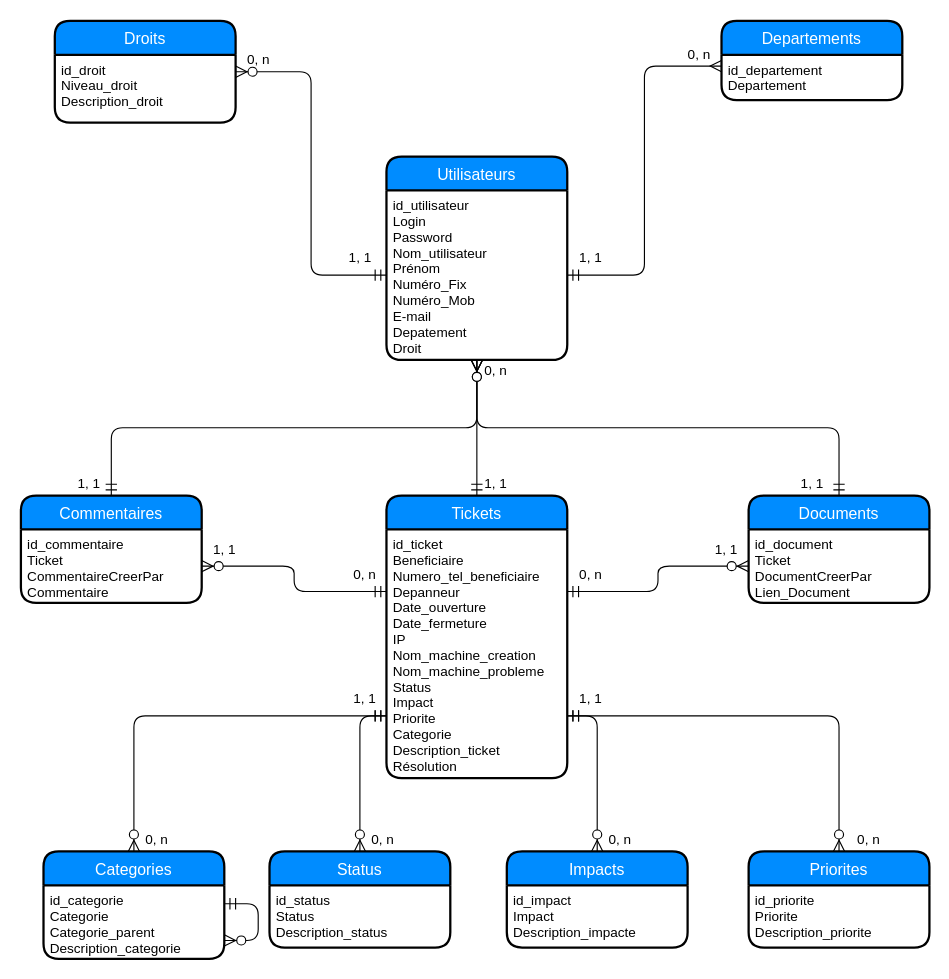
Earlier version of the draw.io diagram Base de données/MCD_MPTicket.drawio (Hero-Chan/Projet_Ticketing). Source tidied: cells renumbered, new cells numbered last; positions are measured from the earlier drawing's top-left corner, leaving out a move shared by most shapes. Both pictures are drawn from the tidied source at 113%, with x=0, y=0 at pixel (20, 20).
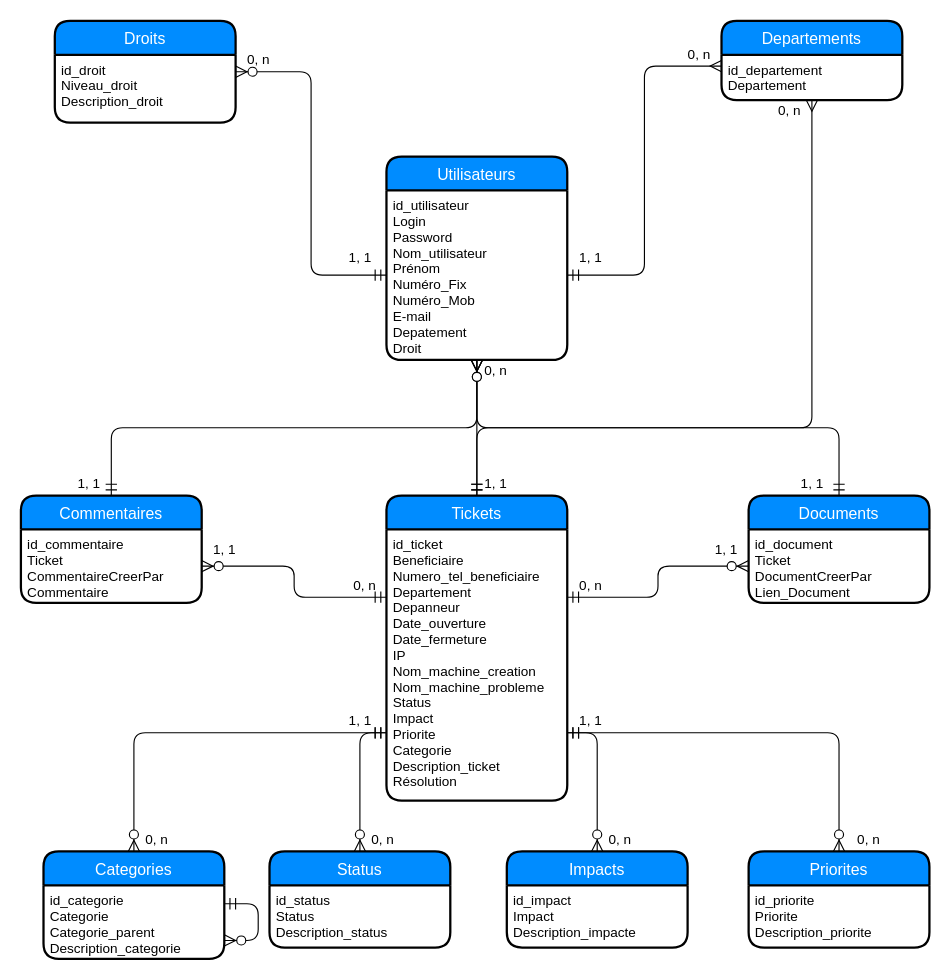
After the change.

The change refers to these unchanged cells:
```xml
<mxCell id="12" value="id_departement&#10;Departement" style="align=left;strokeColor=none;fillColor=none;spacingLeft=4;fontSize=12;verticalAlign=top;" parent="11" vertex="1">
  <mxGeometry y="30" width="160" height="40" as="geometry" />
</mxCell>
<mxCell id="19" value="Status" style="swimlane;horizontal=1;startSize=30;fillColor=#008cff;fontColor=#FFFFFF;rounded=1;fontSize=14;fontStyle=0;strokeWidth=2;shadow=0;dashed=0;align=center;" parent="1" vertex="1">
  <mxGeometry x="220" y="735" width="160" height="85" as="geometry" />
</mxCell>
<mxCell id="21" value="Impacts" style="swimlane;horizontal=1;startSize=30;fillColor=#008cff;fontColor=#FFFFFF;rounded=1;fontSize=14;fontStyle=0;strokeWidth=2;shadow=0;dashed=0;align=center;" parent="1" vertex="1">
  <mxGeometry x="430" y="735" width="160" height="85" as="geometry" />
</mxCell>
<mxCell id="39" value="Categories" style="swimlane;horizontal=1;startSize=30;fillColor=#008cff;fontColor=#FFFFFF;rounded=1;fontSize=14;fontStyle=0;strokeWidth=2;shadow=0;dashed=0;align=center;" parent="1" vertex="1">
  <mxGeometry x="20" y="735" width="160" height="95" as="geometry" />
</mxCell>
```

What changed in the source:
```diff
@@
     <mxCell id="5" style="edgeStyle=orthogonalEdgeStyle;endArrow=ERzeroToMany;startArrow=ERmandOne;shadow=0;strokeWidth=1;endSize=8;startSize=8;entryX=0.5;entryY=0;entryDx=0;entryDy=0;exitX=0;exitY=0.75;exitDx=0;exitDy=0;" parent="1" edge="1" source="16" target="19">
       <mxGeometry relative="1" as="geometry">
         <Array as="points">
-          <mxPoint x="300" y="615" />
+          <mxPoint x="300" y="630" />
         </Array>
       </mxGeometry>
     </mxCell>
@@
     <mxCell id="7" style="edgeStyle=orthogonalEdgeStyle;endArrow=ERzeroToMany;startArrow=ERmandOne;shadow=0;strokeWidth=1;endSize=8;startSize=8;entryX=0.5;entryY=0;entryDx=0;entryDy=0;exitX=1;exitY=0.75;exitDx=0;exitDy=0;" parent="1" edge="1" source="16" target="21">
       <mxGeometry relative="1" as="geometry">
         <Array as="points">
-          <mxPoint x="510" y="615" />
+          <mxPoint x="510" y="630" />
         </Array>
       </mxGeometry>
     </mxCell>
@@
     <mxCell id="15" value="Tickets" style="swimlane;horizontal=1;startSize=30;fillColor=#008cff;fontColor=#FFFFFF;rounded=1;fontSize=14;fontStyle=0;strokeWidth=2;shadow=0;dashed=0;align=center;" parent="1" vertex="1">
-      <mxGeometry x="323.5" y="420" width="160" height="250" as="geometry" />
+      <mxGeometry x="323.5" y="420" width="160" height="270" as="geometry" />
     </mxCell>
-    <mxCell id="16" value="id_ticket&#10;Beneficiaire&#10;Numero_tel_beneficiaire&#10;Depanneur&#10;Date_ouverture&#10;Date_fermeture&#10;IP&#10;Nom_machine_creation&#10;Nom_machine_probleme&#10;Status&#10;Impact&#10;Priorite&#10;Categorie&#10;Description_ticket&#10;Résolution" style="align=left;strokeColor=none;fillColor=none;spacingLeft=4;fontSize=12;verticalAlign=top;" parent="15" vertex="1">
-      <mxGeometry y="30" width="160" height="220" as="geometry" />
+    <mxCell id="16" value="id_ticket&#10;Beneficiaire&#10;Numero_tel_beneficiaire&#10;Departement&#10;Depanneur&#10;Date_ouverture&#10;Date_fermeture&#10;IP&#10;Nom_machine_creation&#10;Nom_machine_probleme&#10;Status&#10;Impact&#10;Priorite&#10;Categorie&#10;Description_ticket&#10;Résolution" style="align=left;strokeColor=none;fillColor=none;spacingLeft=4;fontSize=12;verticalAlign=top;" parent="15" vertex="1">
+      <mxGeometry y="30" width="160" height="240" as="geometry" />
     </mxCell>
@@
     <mxCell id="32" value="1, 1" style="text;html=1;align=center;verticalAlign=middle;" parent="1" vertex="1">
-      <mxGeometry x="483.5" y="590" width="40" height="20" as="geometry" />
+      <mxGeometry x="483.5" y="610" width="40" height="20" as="geometry" />
     </mxCell>
@@
     <mxCell id="36" value="0, n" style="text;html=1;align=center;verticalAlign=middle;" parent="1" vertex="1">
-      <mxGeometry x="283.5" y="480" width="40" height="20" as="geometry" />
+      <mxGeometry x="283.5" y="490" width="40" height="20" as="geometry" />
     </mxCell>
@@
     <mxCell id="42" value="1, 1" style="text;html=1;align=center;verticalAlign=middle;" parent="1" vertex="1">
-      <mxGeometry x="283.5" y="590" width="40" height="20" as="geometry" />
+      <mxGeometry x="280" y="610" width="40" height="20" as="geometry" />
     </mxCell>
     <mxCell id="43" style="edgeStyle=orthogonalEdgeStyle;endArrow=ERzeroToMany;startArrow=ERmandOne;shadow=0;strokeWidth=1;endSize=8;startSize=8;entryX=0.5;entryY=0;entryDx=0;entryDy=0;exitX=0;exitY=0.75;exitDx=0;exitDy=0;" parent="1" edge="1" source="16" target="39">
       <mxGeometry relative="1" as="geometry">
         <Array as="points">
-          <mxPoint x="100" y="615" />
+          <mxPoint x="100" y="630" />
         </Array>
       </mxGeometry>
     </mxCell>
@@
     <mxCell id="51" value="0, n" style="text;html=1;align=center;verticalAlign=middle;" parent="1" vertex="1">
-      <mxGeometry x="483.5" y="480" width="40" height="20" as="geometry" />
+      <mxGeometry x="483.5" y="490" width="40" height="20" as="geometry" />
     </mxCell>
+    <mxCell id="52" style="edgeStyle=orthogonalEdgeStyle;endArrow=ERmandOne;startArrow=ERmany;shadow=0;strokeWidth=1;endSize=8;startSize=8;startFill=0;endFill=0;exitX=0.5;exitY=1;exitDx=0;exitDy=0;entryX=0.5;entryY=0;entryDx=0;entryDy=0;" parent="1" edge="1" source="12" target="15">
+      <mxGeometry relative="1" as="geometry">
+        <Array as="points">
+          <mxPoint x="700" y="360" />
+          <mxPoint x="404" y="360" />
+        </Array>
+      </mxGeometry>
+    </mxCell>
+    <mxCell id="53" value="0, n" style="text;html=1;align=center;verticalAlign=middle;" parent="1" vertex="1">
+      <mxGeometry x="660" y="70" width="40" height="20" as="geometry" />
+    </mxCell>
```
